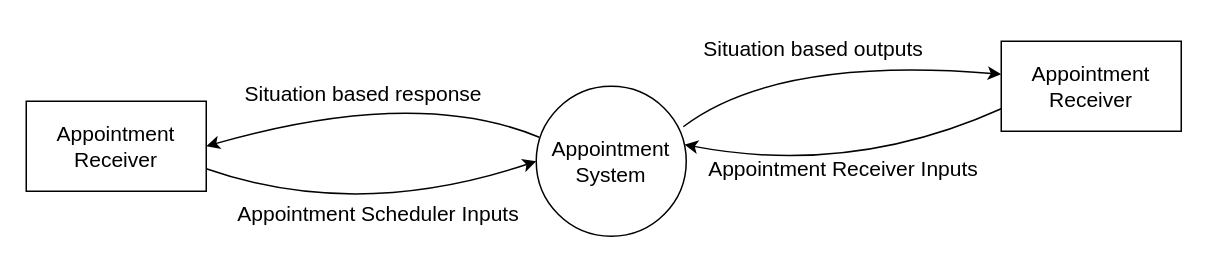
Before: DataFlow Diagram.drawio in Yash7200/CP-1, a draw.io diagram. Source tidied: cells renumbered, new cells numbered last; positions are measured from the earlier drawing's top-left corner, leaving out a move shared by most shapes. Both pictures are drawn from the tidied source at 150%, with x=0, y=0 at pixel (26, 26).
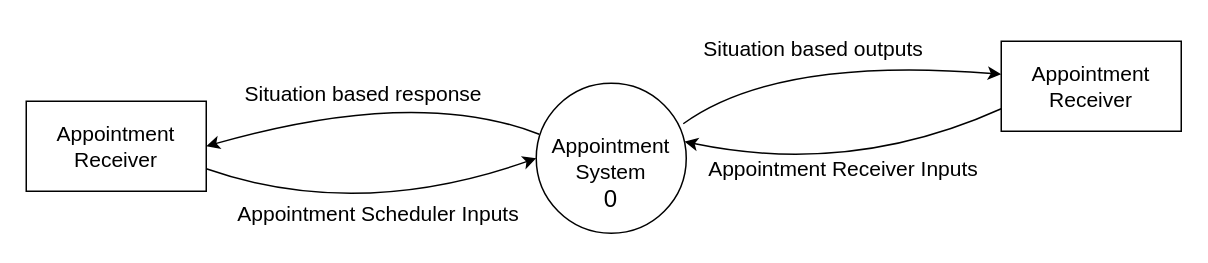
The same page after the edit.

Commit message:
Update DataFlow Diagram v1.drawio

What changed in the source:
```diff
@@
 <mxGraphModel>
   <root>
     <mxCell id="0" />
     <mxCell id="1" parent="0" />
     <mxCell id="2" value="&lt;div style=&quot;font-size: 14px;&quot;&gt;Appointment&lt;/div&gt;&lt;div style=&quot;font-size: 14px;&quot;&gt;System&lt;br style=&quot;font-size: 14px;&quot;&gt;&lt;/div&gt;" style="ellipse;whiteSpace=wrap;html=1;fillColor=none;fontSize=14;" parent="1" vertex="1">
-      <mxGeometry x="340" y="40" width="100" height="100" as="geometry" />
+      <mxGeometry x="340" y="38" width="100" height="100" as="geometry" />
     </mxCell>
     <mxCell id="3" style="curved=1;endArrow=classic;html=1;rounded=0;fontSize=14;exitX=0.98;exitY=0.27;exitDx=0;exitDy=0;entryX=0;entryY=0.367;entryDx=0;entryDy=0;entryPerimeter=0;exitPerimeter=0;" parent="1" edge="1" source="2" target="5">
       <mxGeometry relative="1" as="geometry">
         <Array as="points">
           <mxPoint x="500" y="20" />
         </Array>
       </mxGeometry>
     </mxCell>
     <mxCell id="4" style="curved=1;endArrow=classic;html=1;rounded=0;fontSize=14;entryX=0.988;entryY=0.389;entryDx=0;entryDy=0;entryPerimeter=0;exitX=0;exitY=0.75;exitDx=0;exitDy=0;" parent="1" edge="1" source="5" target="2">
       <mxGeometry relative="1" as="geometry">
         <Array as="points">
           <mxPoint x="550" y="100" />
         </Array>
       </mxGeometry>
     </mxCell>
     <mxCell id="5" value="Appointment Receiver" style="rounded=0;whiteSpace=wrap;html=1;fontSize=14;fillColor=none;" parent="1" vertex="1">
       <mxGeometry x="650" y="10" width="120" height="60" as="geometry" />
     </mxCell>
     <mxCell id="6" style="curved=1;endArrow=classic;html=1;rounded=0;fontSize=14;exitX=0.02;exitY=0.34;exitDx=0;exitDy=0;exitPerimeter=0;entryX=1;entryY=0.5;entryDx=0;entryDy=0;" parent="1" edge="1" source="2" target="8">
       <mxGeometry relative="1" as="geometry">
         <Array as="points">
           <mxPoint x="260" y="40" />
         </Array>
       </mxGeometry>
     </mxCell>
     <mxCell id="7" style="curved=1;endArrow=classic;html=1;rounded=0;fontSize=14;entryX=0;entryY=0.5;entryDx=0;entryDy=0;exitX=1;exitY=0.75;exitDx=0;exitDy=0;" parent="1" edge="1" source="8" target="2">
       <mxGeometry relative="1" as="geometry">
         <Array as="points">
           <mxPoint x="220" y="130" />
         </Array>
       </mxGeometry>
     </mxCell>
     <mxCell id="8" value="Appointment Receiver" style="rounded=0;whiteSpace=wrap;html=1;fontSize=14;fillColor=none;" parent="1" vertex="1">
       <mxGeometry y="50" width="120" height="60" as="geometry" />
     </mxCell>
     <mxCell id="9" value="Appointment Receiver Inputs" style="text;html=1;strokeColor=none;fillColor=none;align=center;verticalAlign=middle;whiteSpace=wrap;rounded=0;fontSize=14;" parent="1" vertex="1">
       <mxGeometry x="450" y="80" width="190" height="30" as="geometry" />
     </mxCell>
     <mxCell id="10" value="Appointment Scheduler Inputs" style="text;html=1;strokeColor=none;fillColor=none;align=center;verticalAlign=middle;whiteSpace=wrap;rounded=0;fontSize=14;" parent="1" vertex="1">
       <mxGeometry x="140" y="110" width="190" height="30" as="geometry" />
     </mxCell>
     <mxCell id="11" value="Situation based outputs" style="text;html=1;strokeColor=none;fillColor=none;align=center;verticalAlign=middle;whiteSpace=wrap;rounded=0;fontSize=14;" parent="1" vertex="1">
       <mxGeometry x="430" width="190" height="30" as="geometry" />
     </mxCell>
     <mxCell id="12" value="Situation based response" style="text;html=1;strokeColor=none;fillColor=none;align=center;verticalAlign=middle;whiteSpace=wrap;rounded=0;fontSize=14;" parent="1" vertex="1">
       <mxGeometry x="130" y="30" width="190" height="30" as="geometry" />
     </mxCell>
+    <mxCell id="13" value="0" style="text;html=1;strokeColor=none;fillColor=none;align=center;verticalAlign=middle;whiteSpace=wrap;rounded=0;fontSize=16;" parent="1" vertex="1">
+      <mxGeometry x="360" y="100" width="60" height="30" as="geometry" />
+    </mxCell>
   </root>
 </mxGraphModel>
```
